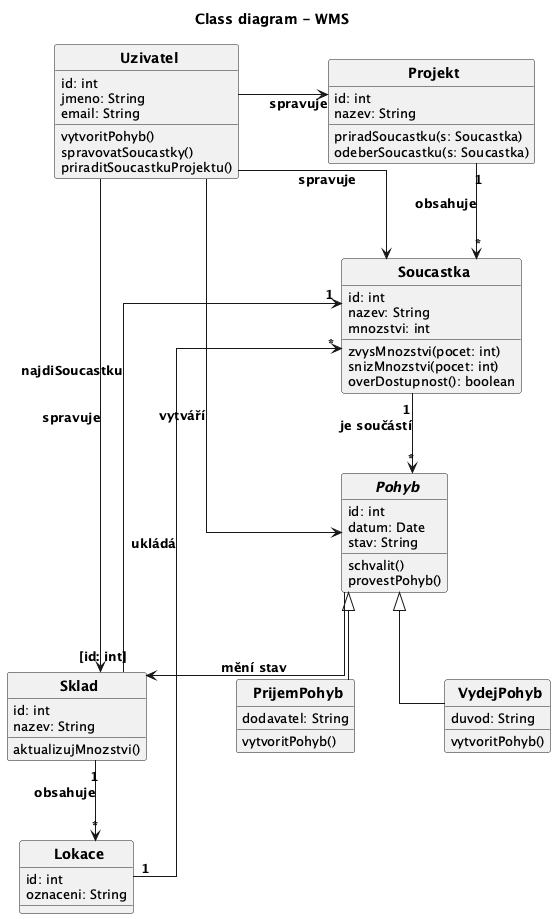
Earlier version of the PlantUML export docs/images/02_class_diagram.png (lkvapil/wms-elektronicke-soucastky).
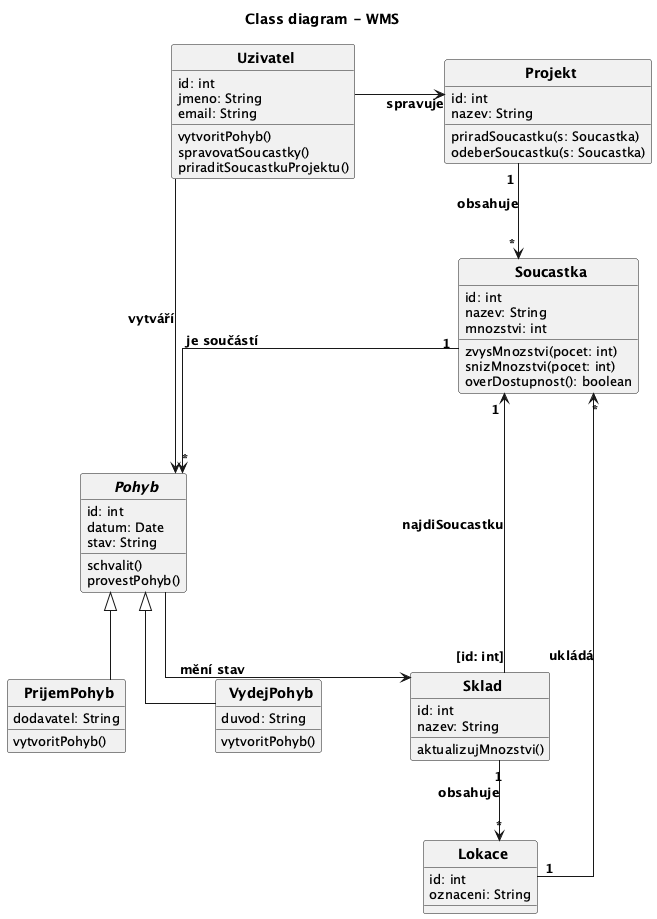
Later version of the same file.

Commit message:
style: cistejsi class diagram - bez redundantnich sipek Uzivatel

The edit, as a diff of the source:
```diff
@@ -78,9 +78,7 @@
 Pohyb --> Sklad : mění stav
 
 Uzivatel --> Pohyb : vytváří
-Uzivatel --> Soucastka : spravuje
 Uzivatel --> Projekt : spravuje
-Uzivatel --> Sklad : spravuje
 
 Uzivatel -[hidden]right- Projekt
 Uzivatel -[hidden]down- Sklad
```
